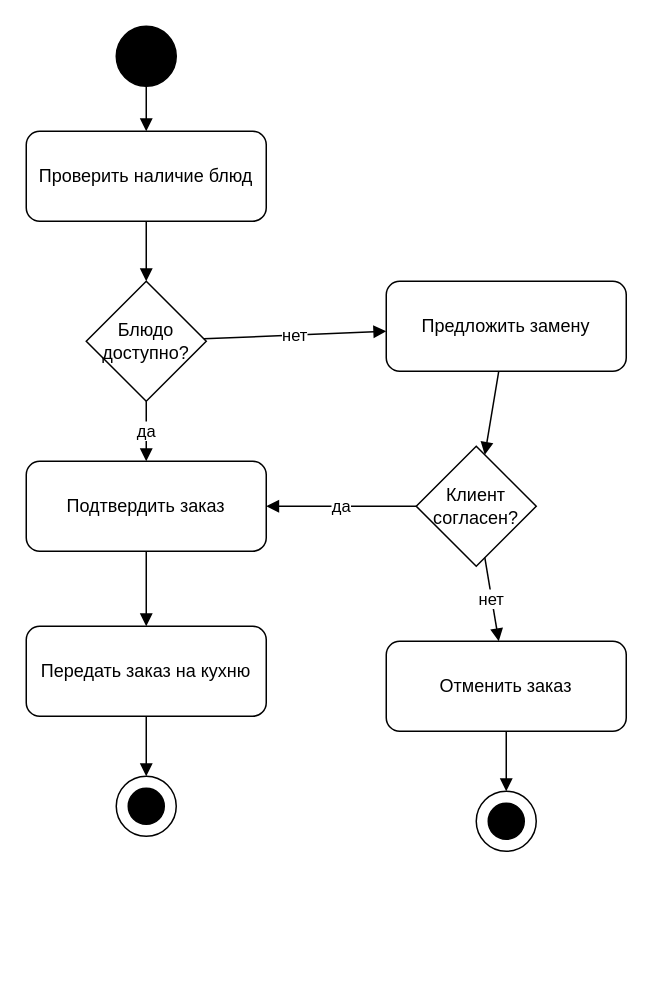
ssaikk25/visual-programming-labs-Korol keeps this draw.io diagram as lab1/diagrams/activity.drawio. Above is the earlier version. Source tidied: cells renumbered, new cells numbered last; positions are measured from the earlier drawing's top-left corner, leaving out a move shared by most shapes. Both pictures are drawn from the tidied source at 150%, with x=0, y=0 at pixel (26, 26).
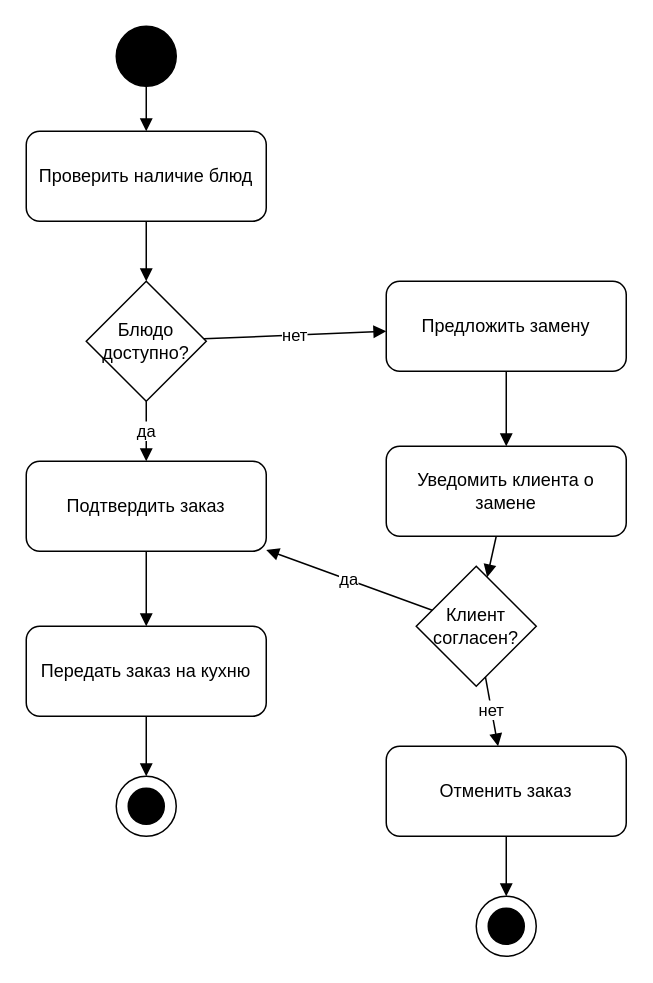
After the change.

Commit message (it also covers changes not shown here):
Update UML Activity: add minor element

The change refers to these unchanged cells:
```xml
<mxCell id="5" value="Предложить замену" style="rounded=1;whiteSpace=wrap;html=1;" parent="1" vertex="1">
  <mxGeometry x="240" y="170" width="160" height="60" as="geometry" />
</mxCell>
```

Change to the diagram source:
```diff
@@
+    <mxCell id="24" value="Уведомить клиента о замене" style="rounded=1;whiteSpace=wrap;html=1;" parent="1" vertex="1">
+      <mxGeometry x="240" y="280" width="160" height="60" as="geometry" />
+    </mxCell>
     <mxCell id="6" value="Клиент согласен?" style="rhombus;whiteSpace=wrap;html=1;" parent="1" vertex="1">
-      <mxGeometry x="260" y="280" width="80" height="80" as="geometry" />
+      <mxGeometry x="260" y="360" width="80" height="80" as="geometry" />
     </mxCell>
@@
     <mxCell id="8" value="Отменить заказ" style="rounded=1;whiteSpace=wrap;html=1;" parent="1" vertex="1">
-      <mxGeometry x="240" y="410" width="160" height="60" as="geometry" />
+      <mxGeometry x="240" y="480" width="160" height="60" as="geometry" />
     </mxCell>
@@
     <mxCell id="12" style="ellipse;whiteSpace=wrap;html=1;fillColor=#FFFFFF;strokeColor=#000000;" parent="1" vertex="1">
-      <mxGeometry x="300" y="510" width="40" height="40" as="geometry" />
+      <mxGeometry x="300" y="580" width="40" height="40" as="geometry" />
     </mxCell>
     <mxCell id="13" style="ellipse;whiteSpace=wrap;html=1;fillColor=#000000;strokeColor=#000000;" parent="1" vertex="1">
-      <mxGeometry x="308" y="518" width="24" height="24" as="geometry" />
+      <mxGeometry x="308" y="588" width="24" height="24" as="geometry" />
     </mxCell>
@@
-    <mxCell id="18" style="endArrow=block;html=1;rounded=0;" parent="1" edge="1" source="5" target="6">
+    <mxCell id="18" style="endArrow=block;html=1;rounded=0;" parent="1" edge="1" source="5" target="24">
       <mxGeometry relative="1" as="geometry" />
     </mxCell>
+    <mxCell id="25" style="endArrow=block;html=1;rounded=0;" parent="1" edge="1" source="24" target="6">
+      <mxGeometry relative="1" as="geometry" />
+    </mxCell>
```
